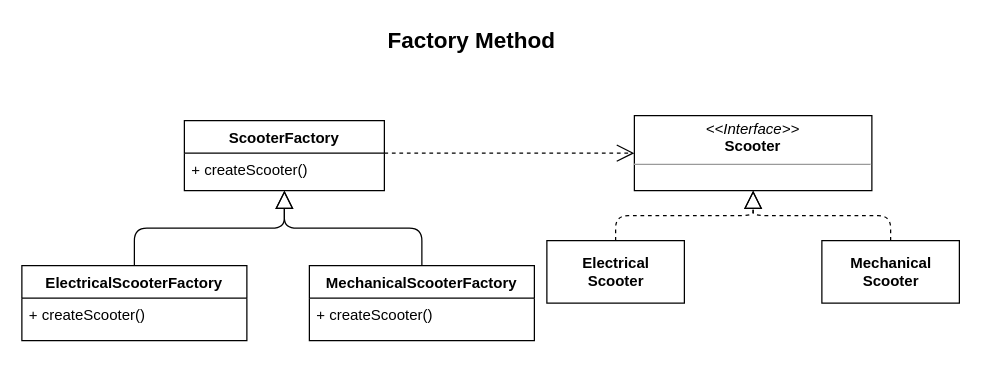
Earlier version of the draw.io diagram page "Factory Method" (3 of 5) of patterns/creational.drawio (antariuz/uml). Source tidied: cells renumbered, new cells numbered last; positions are measured from the earlier drawing's top-left corner, leaving out a move shared by most shapes. Both pictures are drawn from the tidied source at 125%, with x=0, y=0 at pixel (21, 28).
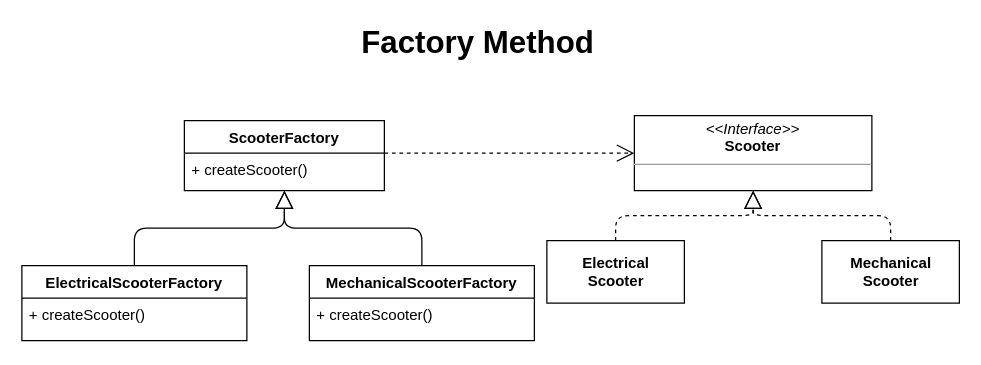
The same diagram, later.

What changed in the source:
```diff
@@
 <mxGraphModel>
   <root>
     <mxCell id="0" />
     <mxCell id="1" parent="0" />
     <mxCell id="2" value="&lt;p style=&quot;margin: 0px ; margin-top: 4px ; text-align: center&quot;&gt;&lt;i&gt;&amp;lt;&amp;lt;Interface&amp;gt;&amp;gt;&lt;/i&gt;&lt;br&gt;&lt;span style=&quot;text-align: left&quot;&gt;&lt;b&gt;Scooter&lt;/b&gt;&lt;/span&gt;&lt;br&gt;&lt;/p&gt;&lt;hr size=&quot;1&quot;&gt;&lt;p style=&quot;margin: 0px ; margin-left: 4px&quot;&gt;&lt;br&gt;&lt;/p&gt;" style="verticalAlign=top;align=left;overflow=fill;fontSize=12;fontFamily=Helvetica;html=1;" parent="1" vertex="1">
       <mxGeometry x="490" y="70" width="190" height="60" as="geometry" />
     </mxCell>
     <mxCell id="3" value="&lt;b&gt;Electrical&lt;br&gt;Scooter&lt;/b&gt;" style="html=1;" parent="1" vertex="1">
       <mxGeometry x="420" y="170" width="110" height="50" as="geometry" />
     </mxCell>
     <mxCell id="4" value="&lt;b&gt;Mechanical&lt;br&gt;Scooter&lt;/b&gt;" style="html=1;" parent="1" vertex="1">
       <mxGeometry x="640" y="170" width="110" height="50" as="geometry" />
     </mxCell>
     <mxCell id="5" style="endArrow=block;dashed=1;endFill=0;endSize=12;html=1;entryX=0.5;entryY=1;entryDx=0;entryDy=0;exitX=0.5;exitY=0;exitDx=0;exitDy=0;edgeStyle=orthogonalEdgeStyle;" parent="1" edge="1" source="3" target="2">
       <mxGeometry relative="1" as="geometry" />
     </mxCell>
     <mxCell id="6" style="endArrow=block;dashed=1;endFill=0;endSize=12;html=1;entryX=0.5;entryY=1;entryDx=0;entryDy=0;exitX=0.5;exitY=0;exitDx=0;exitDy=0;edgeStyle=orthogonalEdgeStyle;" parent="1" edge="1" source="4" target="2">
       <mxGeometry relative="1" as="geometry" />
     </mxCell>
     <mxCell id="7" value="ScooterFactory" style="swimlane;fontStyle=1;align=center;verticalAlign=top;horizontal=1;startSize=26;" parent="1" vertex="1">
       <mxGeometry x="130" y="74" width="160" height="56" as="geometry" />
     </mxCell>
     <mxCell id="8" value="+ createScooter()" style="text;strokeColor=none;fillColor=none;align=left;verticalAlign=top;spacingLeft=4;spacingRight=4;overflow=hidden;points=[[0,0.5],[1,0.5]];portConstraint=eastwest;" parent="7" vertex="1">
       <mxGeometry y="26" width="160" height="30" as="geometry" />
     </mxCell>
     <mxCell id="9" value="ElectricalScooterFactory" style="swimlane;fontStyle=1;align=center;verticalAlign=top;horizontal=1;startSize=26;" parent="1" vertex="1">
       <mxGeometry y="190" width="180" height="60" as="geometry" />
     </mxCell>
     <mxCell id="10" value="+ createScooter()" style="text;strokeColor=none;fillColor=none;align=left;verticalAlign=top;spacingLeft=4;spacingRight=4;overflow=hidden;" parent="9" vertex="1">
       <mxGeometry y="26" width="180" height="34" as="geometry" />
     </mxCell>
     <mxCell id="11" value="MechanicalScooterFactory" style="swimlane;fontStyle=1;align=center;verticalAlign=top;horizontal=1;startSize=26;" parent="1" vertex="1">
       <mxGeometry x="230" y="190" width="180" height="60" as="geometry" />
     </mxCell>
     <mxCell id="12" value="+ createScooter()" style="text;strokeColor=none;fillColor=none;align=left;verticalAlign=top;spacingLeft=4;spacingRight=4;overflow=hidden;" parent="11" vertex="1">
       <mxGeometry y="26" width="180" height="34" as="geometry" />
     </mxCell>
     <mxCell id="13" style="endArrow=block;dashed=0;endFill=0;endSize=12;html=1;entryX=0.5;entryY=1;entryDx=0;entryDy=0;exitX=0.5;exitY=0;exitDx=0;exitDy=0;edgeStyle=orthogonalEdgeStyle;" parent="1" edge="1" source="9" target="7">
       <mxGeometry relative="1" as="geometry" />
     </mxCell>
     <mxCell id="14" style="endArrow=block;dashed=0;endFill=0;endSize=12;html=1;entryX=0.5;entryY=1;entryDx=0;entryDy=0;exitX=0.5;exitY=0;exitDx=0;exitDy=0;edgeStyle=orthogonalEdgeStyle;" parent="1" edge="1" source="11" target="7">
       <mxGeometry relative="1" as="geometry" />
     </mxCell>
     <mxCell id="15" style="endArrow=open;endSize=12;dashed=1;html=1;entryX=0;entryY=0.5;entryDx=0;entryDy=0;exitX=1;exitY=0.002;exitDx=0;exitDy=0;exitPerimeter=0;" parent="1" edge="1" source="8" target="2">
       <mxGeometry relative="1" as="geometry" />
     </mxCell>
-    <mxCell id="16" value="&lt;font style=&quot;font-size: 18px&quot;&gt;&lt;b&gt;Factory Method&lt;/b&gt;&lt;/font&gt;" style="text;html=1;strokeColor=none;fillColor=none;align=center;verticalAlign=middle;whiteSpace=wrap;rounded=0;" parent="1" vertex="1">
-      <mxGeometry x="270" width="180" height="20" as="geometry" />
+    <mxCell id="16" value="&lt;font size=&quot;1&quot;&gt;&lt;b style=&quot;font-size: 25px&quot;&gt;Factory Method&lt;/b&gt;&lt;/font&gt;" style="text;html=1;strokeColor=none;fillColor=none;align=center;verticalAlign=middle;whiteSpace=wrap;rounded=0;" parent="1" vertex="1">
+      <mxGeometry x="270" width="190" height="20" as="geometry" />
     </mxCell>
   </root>
 </mxGraphModel>
```
